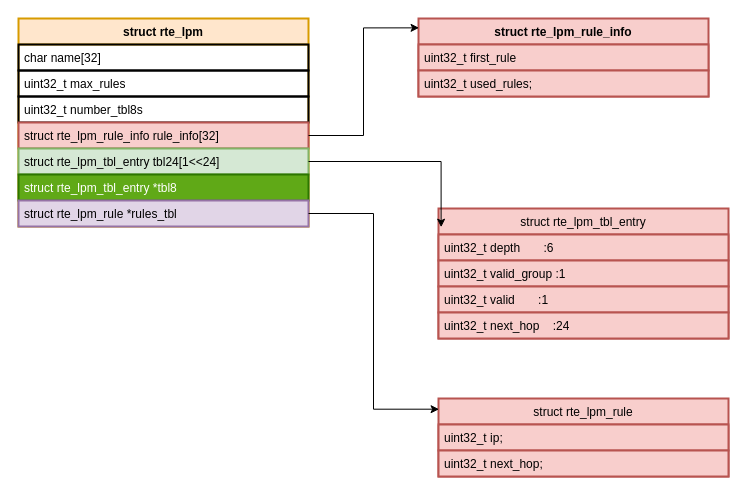
jin13417/dpdk-vpp-learning keeps this draw.io diagram as new_map/dpdk lpm.drawio. Above is the earlier version. Source tidied: cells renumbered, new cells numbered last; positions are measured from the earlier drawing's top-left corner, leaving out a move shared by most shapes. Both pictures are drawn from the tidied source at 100%, with x=0, y=0 at pixel (18, 18).
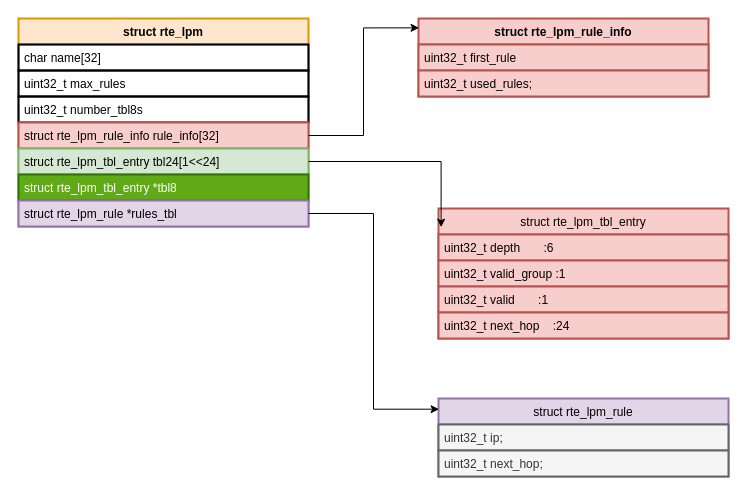
The same diagram, later.

Change to the diagram source:
```diff
@@
-    <mxCell id="20" value="&lt;span style=&quot;font-weight: 400;&quot;&gt;struct rte_lpm_rule&lt;/span&gt;" style="swimlane;fontStyle=1;align=center;verticalAlign=top;horizontal=1;startSize=26;whiteSpace=wrap;html=1;labelBorderColor=none;rounded=0;swimlaneLine=1;strokeWidth=2;fillColor=#f8cecc;strokeColor=#b85450;" parent="1" vertex="1">
+    <mxCell id="20" value="&lt;span style=&quot;font-weight: 400;&quot;&gt;struct rte_lpm_rule&lt;/span&gt;" style="swimlane;fontStyle=1;align=center;verticalAlign=top;horizontal=1;startSize=26;whiteSpace=wrap;html=1;labelBorderColor=none;rounded=0;swimlaneLine=1;strokeWidth=2;fillColor=#e1d5e7;strokeColor=#9673a6;" parent="1" vertex="1">
       <mxGeometry x="420" y="380" width="290" height="78" as="geometry" />
     </mxCell>
-    <mxCell id="21" value="uint32_t ip;" style="text;strokeColor=#b85450;fillColor=#f8cecc;align=left;verticalAlign=top;spacingLeft=4;spacingRight=4;overflow=hidden;whiteSpace=wrap;html=1;labelBorderColor=none;rounded=0;swimlaneLine=1;strokeWidth=2;" parent="20" vertex="1">
+    <mxCell id="21" value="uint32_t ip;" style="text;strokeColor=#666666;fillColor=#f5f5f5;align=left;verticalAlign=top;spacingLeft=4;spacingRight=4;overflow=hidden;whiteSpace=wrap;html=1;labelBorderColor=none;rounded=0;swimlaneLine=1;strokeWidth=2;fontColor=#333333;" parent="20" vertex="1">
       <mxGeometry y="26" width="290" height="26" as="geometry" />
     </mxCell>
-    <mxCell id="22" value="uint32_t next_hop;" style="text;strokeColor=#b85450;fillColor=#f8cecc;align=left;verticalAlign=top;spacingLeft=4;spacingRight=4;overflow=hidden;whiteSpace=wrap;html=1;labelBorderColor=none;rounded=0;swimlaneLine=1;strokeWidth=2;" parent="20" vertex="1">
+    <mxCell id="22" value="uint32_t next_hop;" style="text;strokeColor=#666666;fillColor=#f5f5f5;align=left;verticalAlign=top;spacingLeft=4;spacingRight=4;overflow=hidden;whiteSpace=wrap;html=1;labelBorderColor=none;rounded=0;swimlaneLine=1;strokeWidth=2;fontColor=#333333;" parent="20" vertex="1">
       <mxGeometry y="52" width="290" height="26" as="geometry" />
     </mxCell>
```
